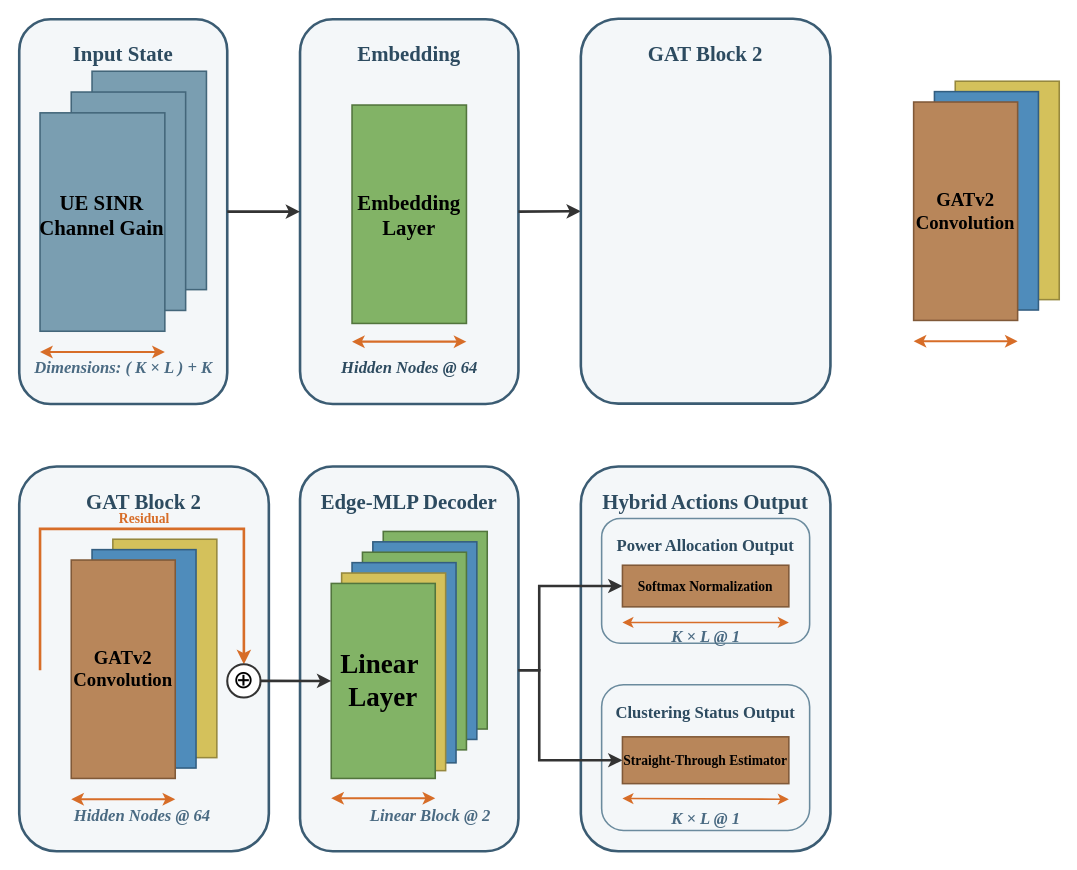
youmiwei/drawio keeps this draw.io diagram as 毕设GNN架构图.drawio. Above is the earlier version. Source tidied: cells renumbered, new cells numbered last; positions are measured from the earlier drawing's top-left corner, leaving out a move shared by most shapes. Both pictures are drawn from the tidied source at 104%, with x=0, y=0 at pixel (19, 19).
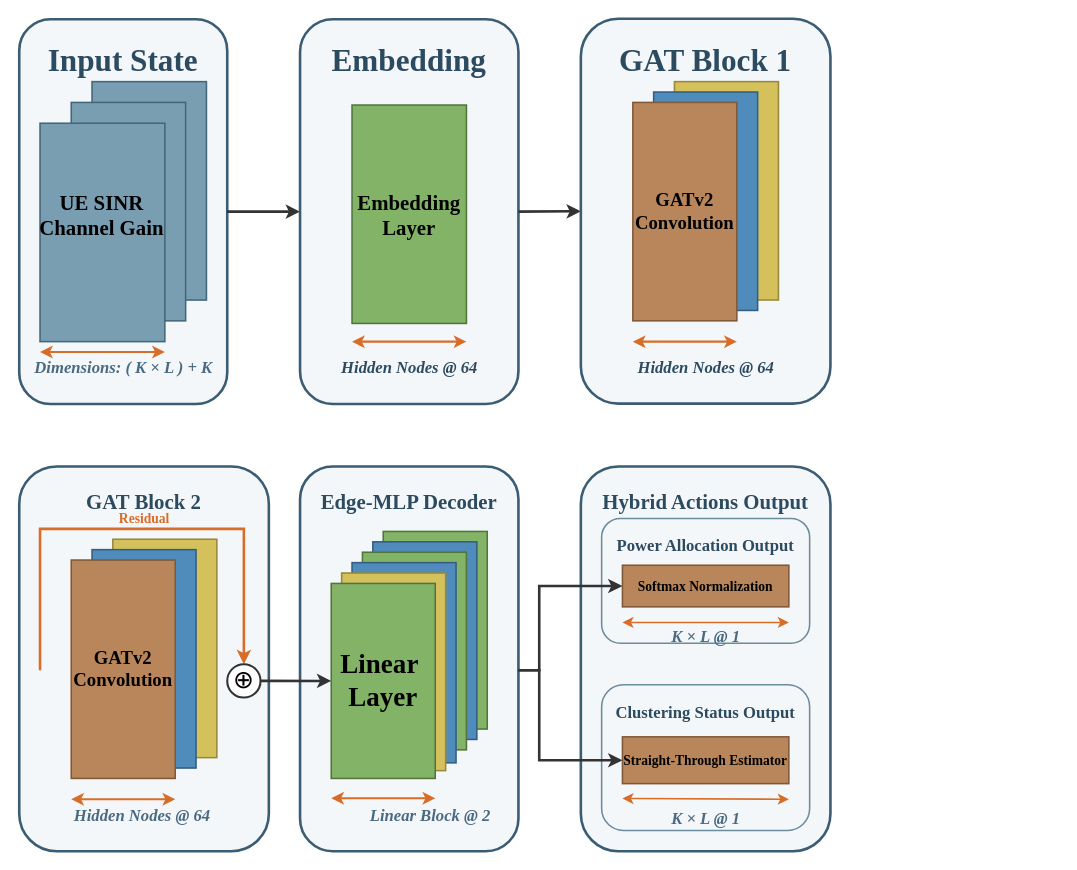
Above is the later version.

Commit message (it also covers changes not shown here):
更新毕设GNN架构图.drawio

Diff of the diagram source:
```diff
@@
-    <mxCell id="2" value="&lt;span&gt;&lt;font style=&quot;font-size: 20px; color: light-dark(rgb(45, 75, 96), rgb(128, 167, 130));&quot;&gt;Embedding&lt;/font&gt;&lt;/span&gt;" style="rounded=1;whiteSpace=wrap;html=1;fillColor=#f4f7f9;strokeColor=#3b5c73;strokeWidth=2.5;align=center;verticalAlign=top;fontStyle=1;spacingTop=15;fontFamily=Times New Roman, 宋体;" parent="1" vertex="1">
+    <mxCell id="2" value="&lt;span&gt;&lt;font style=&quot;color: light-dark(rgb(45, 75, 96), rgb(128, 167, 130)); font-size: 30px;&quot;&gt;Embedding&lt;/font&gt;&lt;/span&gt;" style="rounded=1;whiteSpace=wrap;html=1;fillColor=#f4f7f9;strokeColor=#3b5c73;strokeWidth=2.5;align=center;verticalAlign=top;fontStyle=1;spacingTop=15;fontFamily=Times New Roman, 宋体;" parent="1" vertex="1">
       <mxGeometry x="270" width="210" height="370" as="geometry" />
     </mxCell>
-    <mxCell id="3" value="&lt;font color=&quot;#2d4b60&quot; style=&quot;font-size: 20px;&quot;&gt;Input State&lt;/font&gt;" style="rounded=1;whiteSpace=wrap;html=1;fillColor=#f4f7f9;strokeColor=#3b5c73;strokeWidth=2.5;align=center;verticalAlign=top;fontStyle=1;spacingTop=15;fontFamily=Times New Roman, 宋体;" parent="1" vertex="1">
+    <mxCell id="3" value="&lt;font color=&quot;#2d4b60&quot; style=&quot;font-size: 30px;&quot;&gt;Input State&lt;/font&gt;" style="rounded=1;whiteSpace=wrap;html=1;fillColor=#f4f7f9;strokeColor=#3b5c73;strokeWidth=2.5;align=center;verticalAlign=top;fontStyle=1;spacingTop=15;fontFamily=Times New Roman, 宋体;" parent="1" vertex="1">
       <mxGeometry width="200" height="370" as="geometry" />
     </mxCell>
@@
     <mxCell id="7" style="rounded=0;whiteSpace=wrap;html=1;fillColor=#7a9eb1;strokeColor=#43667a;strokeWidth=1.5;fontFamily=Times New Roman, 宋体;" parent="1" vertex="1">
-      <mxGeometry x="70" y="50" width="110" height="210" as="geometry" />
+      <mxGeometry x="70" y="60" width="110" height="210" as="geometry" />
     </mxCell>
     <mxCell id="8" style="rounded=0;whiteSpace=wrap;html=1;fillColor=#7a9eb1;strokeColor=#43667a;strokeWidth=1.5;fontFamily=Times New Roman, 宋体;" parent="1" vertex="1">
-      <mxGeometry x="50" y="70" width="110" height="210" as="geometry" />
+      <mxGeometry x="50" y="80" width="110" height="210" as="geometry" />
     </mxCell>
     <mxCell id="9" style="rounded=0;whiteSpace=wrap;html=1;fillColor=#7a9eb1;strokeColor=#43667a;strokeWidth=1.5;fontFamily=Times New Roman, 宋体;" parent="1" vertex="1">
-      <mxGeometry x="20" y="90" width="120" height="210" as="geometry" />
+      <mxGeometry x="20" y="100" width="120" height="210" as="geometry" />
     </mxCell>
@@
-    <mxCell id="14" style="rounded=0;whiteSpace=wrap;html=1;fillColor=#d4c15b;strokeColor=#96883e;strokeWidth=1.5;fontFamily=Times New Roman, 宋体;" parent="1" vertex="1">
-      <mxGeometry x="900" y="59.6" width="100" height="210" as="geometry" />
-    </mxCell>
-    <mxCell id="15" style="rounded=0;whiteSpace=wrap;html=1;fillColor=#4f8cbb;strokeColor=#335e80;strokeWidth=1.5;fontFamily=Times New Roman, 宋体;" parent="1" vertex="1">
-      <mxGeometry x="880" y="69.6" width="100" height="210" as="geometry" />
-    </mxCell>
-    <mxCell id="16" value="&lt;font style=&quot;color: rgb(0, 0, 0); font-size: 18px;&quot;&gt;GATv2 Convolution&lt;/font&gt;" style="rounded=0;whiteSpace=wrap;html=1;fillColor=#b8865a;strokeColor=#805938;strokeWidth=1.5;fontFamily=Times New Roman, 宋体;fontStyle=1;fontSize=11;fontColor=#ffffff;direction=south;" parent="1" vertex="1">
-      <mxGeometry x="860" y="79.6" width="100" height="210" as="geometry" />
-    </mxCell>
@@
-    <mxCell id="18" style="endArrow=classic;startArrow=classic;html=1;strokeColor=#d76d28;strokeWidth=2;fillColor=#d76d28;fontFamily=Times New Roman, 宋体;" parent="1" edge="1">
-      <mxGeometry relative="1" as="geometry">
-        <mxPoint x="860" y="309.6" as="sourcePoint" />
-        <mxPoint x="960" y="309.6" as="targetPoint" />
-      </mxGeometry>
-    </mxCell>
@@
-    <mxCell id="50" value="&lt;font color=&quot;#2d4b60&quot; style=&quot;font-size: 20px;&quot;&gt;GAT Block 2&lt;/font&gt;" style="rounded=1;whiteSpace=wrap;html=1;fillColor=#f4f7f9;strokeColor=#3b5c73;strokeWidth=2.5;align=center;verticalAlign=top;fontStyle=1;spacingTop=15;fontFamily=Times New Roman, 宋体;" parent="1" vertex="1">
+    <mxCell id="50" value="&lt;font color=&quot;#2d4b60&quot; style=&quot;font-size: 30px;&quot;&gt;GAT Block 1&lt;/font&gt;" style="rounded=1;whiteSpace=wrap;html=1;fillColor=#f4f7f9;strokeColor=#3b5c73;strokeWidth=2.5;align=center;verticalAlign=top;fontStyle=1;spacingTop=15;fontFamily=Times New Roman, 宋体;" parent="1" vertex="1">
       <mxGeometry x="540" y="-0.4" width="240" height="370" as="geometry" />
     </mxCell>
+    <mxCell id="51" style="group;" parent="1" vertex="1">
+      <mxGeometry x="590" y="60" width="140" height="250" as="geometry" />
+    </mxCell>
+    <mxCell id="14" style="rounded=0;whiteSpace=wrap;html=1;fillColor=#d4c15b;strokeColor=#96883e;strokeWidth=1.5;fontFamily=Times New Roman, 宋体;" parent="51" vertex="1">
+      <mxGeometry x="40" width="100" height="210" as="geometry" />
+    </mxCell>
+    <mxCell id="15" style="rounded=0;whiteSpace=wrap;html=1;fillColor=#4f8cbb;strokeColor=#335e80;strokeWidth=1.5;fontFamily=Times New Roman, 宋体;" parent="51" vertex="1">
+      <mxGeometry x="20" y="10" width="100" height="210" as="geometry" />
+    </mxCell>
+    <mxCell id="16" value="&lt;font style=&quot;color: rgb(0, 0, 0); font-size: 18px;&quot;&gt;GATv2 Convolution&lt;/font&gt;" style="rounded=0;whiteSpace=wrap;html=1;fillColor=#b8865a;strokeColor=#805938;strokeWidth=1.5;fontFamily=Times New Roman, 宋体;fontStyle=1;fontSize=11;fontColor=#ffffff;direction=south;" parent="51" vertex="1">
+      <mxGeometry y="20" width="100" height="210" as="geometry" />
+    </mxCell>
+    <mxCell id="18" style="endArrow=classic;startArrow=classic;html=1;strokeColor=#d76d28;strokeWidth=2;fillColor=#d76d28;fontFamily=Times New Roman, 宋体;" parent="51" edge="1">
+      <mxGeometry relative="1" as="geometry">
+        <mxPoint y="250" as="sourcePoint" />
+        <mxPoint x="100" y="250" as="targetPoint" />
+      </mxGeometry>
+    </mxCell>
+    <mxCell id="52" value="&lt;i&gt;&lt;font style=&quot;font-size: 16px; color: light-dark(rgb(45, 75, 96), rgb(237, 237, 237));&quot;&gt;Hidden Nodes @ 64&lt;/font&gt;&lt;/i&gt;" style="text;html=1;align=center;verticalAlign=middle;fontSize=13;fontFamily=Times New Roman, 宋体;fontStyle=1;fontColor=#3e6b40;" parent="1" vertex="1">
+      <mxGeometry x="590" y="325" width="140" height="20" as="geometry" />
+    </mxCell>
```
